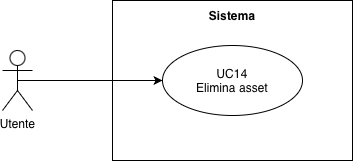
Earlier version of the draw.io export src/images/diagrammiUML/UC-14.png (CoderiusGroup/Documentazione). Source tidied: cells renumbered, new cells last; positions are measured from the earlier drawing's top-left corner, leaving out a move shared by most shapes.
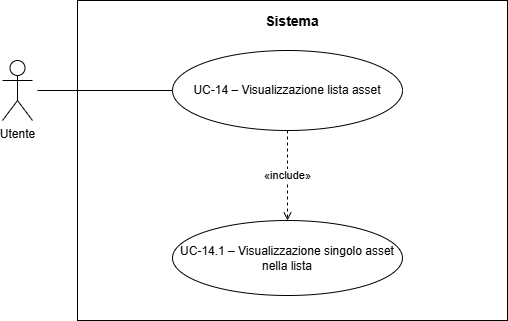
Above is the later version.

The edit, as a diff of the source:
```diff
@@ -1,21 +1,26 @@
 <mxGraphModel>
   <root>
-    <mxCell id="0" style="html=1;" />
+    <mxCell id="0" />
-    <mxCell id="1" style="html=1;" parent="0" />
+    <mxCell id="1" parent="0" />
-    <mxCell id="2" style="rounded=0;whiteSpace=wrap;html=1;" parent="1" vertex="1">
-      <mxGeometry x="110" width="240" height="160" as="geometry" />
-    </mxCell>
+    <mxCell id="6" value="&lt;b&gt;Sistema&lt;/b&gt;" style="rounded=0;whiteSpace=wrap;html=1;fillColor=none;strokeColor=#000000;strokeWidth=1;align=center;verticalAlign=top;fontSize=14;spacingTop=6;fontStyle=0;" parent="1" vertex="1">
+      <mxGeometry x="-420" y="-445" width="430" height="320" as="geometry" />
+    </mxCell>
-    <mxCell id="3" value="Utente" style="shape=umlActor;verticalLabelPosition=bottom;verticalAlign=top;html=1;" parent="1" vertex="1">
-      <mxGeometry y="50" width="30" height="60" as="geometry" />
+    <mxCell id="3" value="Utente" style="shape=umlActor;verticalLabelPosition=bottom;verticalAlign=top;html=1;outlineConnect=0;" parent="1" vertex="1">
+      <mxGeometry x="-495" y="-385" width="30" height="60" as="geometry" />
     </mxCell>
-    <mxCell id="4" value="&lt;div&gt;UC14&lt;/div&gt;&lt;div&gt;Elimina asset&lt;/div&gt;" style="ellipse;whiteSpace=wrap;html=1;" parent="1" vertex="1">
-      <mxGeometry x="160" y="45" width="140" height="70" as="geometry" />
-    </mxCell>
-    <mxCell id="5" style="endArrow=classic;html=1;rounded=0;exitX=0.5;exitY=0.5;exitDx=0;exitDy=0;exitPerimeter=0;entryX=0;entryY=0.5;entryDx=0;entryDy=0;endFill=1;" parent="1" edge="1" source="3" target="4">
-      <mxGeometry relative="1" as="geometry" />
-    </mxCell>
-    <mxCell id="6" value="Sistema" style="text;html=1;whiteSpace=wrap;strokeColor=none;fillColor=none;align=center;verticalAlign=middle;rounded=0;fontStyle=1;" parent="1" vertex="1">
-      <mxGeometry x="200" width="60" height="30" as="geometry" />
-    </mxCell>
+    <mxCell id="7" value="UC-14 – Visualizzazione lista asset" style="ellipse;whiteSpace=wrap;html=1;fillColor=#ffffff;strokeColor=#000000;strokeWidth=1;fontSize=12;" parent="1" vertex="1">
+      <mxGeometry x="-325" y="-395" width="230" height="80" as="geometry" />
+    </mxCell>
+    <mxCell id="8" value="UC-14.1 – Visualizzazione singolo asset nella lista" style="ellipse;whiteSpace=wrap;html=1;fillColor=#ffffff;strokeColor=#000000;strokeWidth=1;fontSize=12;" parent="1" vertex="1">
+      <mxGeometry x="-325" y="-225" width="230" height="75" as="geometry" />
+    </mxCell>
+    <mxCell id="9" style="endArrow=none;html=1;strokeColor=#000000;strokeWidth=1;entryX=0;entryY=0.5;entryDx=0;entryDy=0;" parent="1" edge="1" target="7">
+      <mxGeometry relative="1" as="geometry">
+        <mxPoint x="-460" y="-355" as="sourcePoint" />
+      </mxGeometry>
+    </mxCell>
+    <mxCell id="10" value="«include»" style="dashed=1;endArrow=open;endFill=0;html=1;strokeColor=#000000;strokeWidth=1;fontSize=11;exitX=0.5;exitY=1;exitDx=0;exitDy=0;entryX=0.5;entryY=0;entryDx=0;entryDy=0;" parent="1" edge="1" source="7" target="8">
+      <mxGeometry relative="1" as="geometry" />
+    </mxCell>
   </root>
 </mxGraphModel>
```
